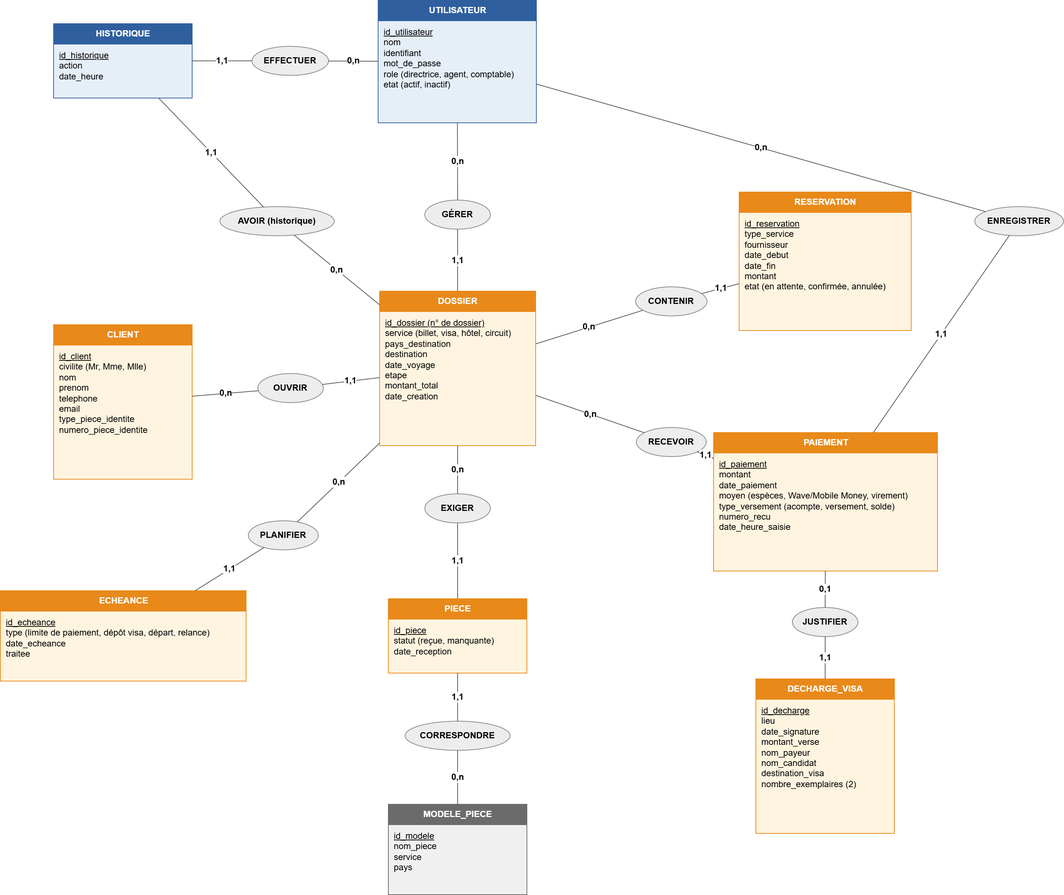
Desire6893/agence-de-voyage keeps this draw.io diagram as modelisation/mcd.png. Above is the earlier version. Source tidied: cells renumbered, new cells last; positions are measured from the earlier drawing's top-left corner, leaving out a move shared by most shapes.
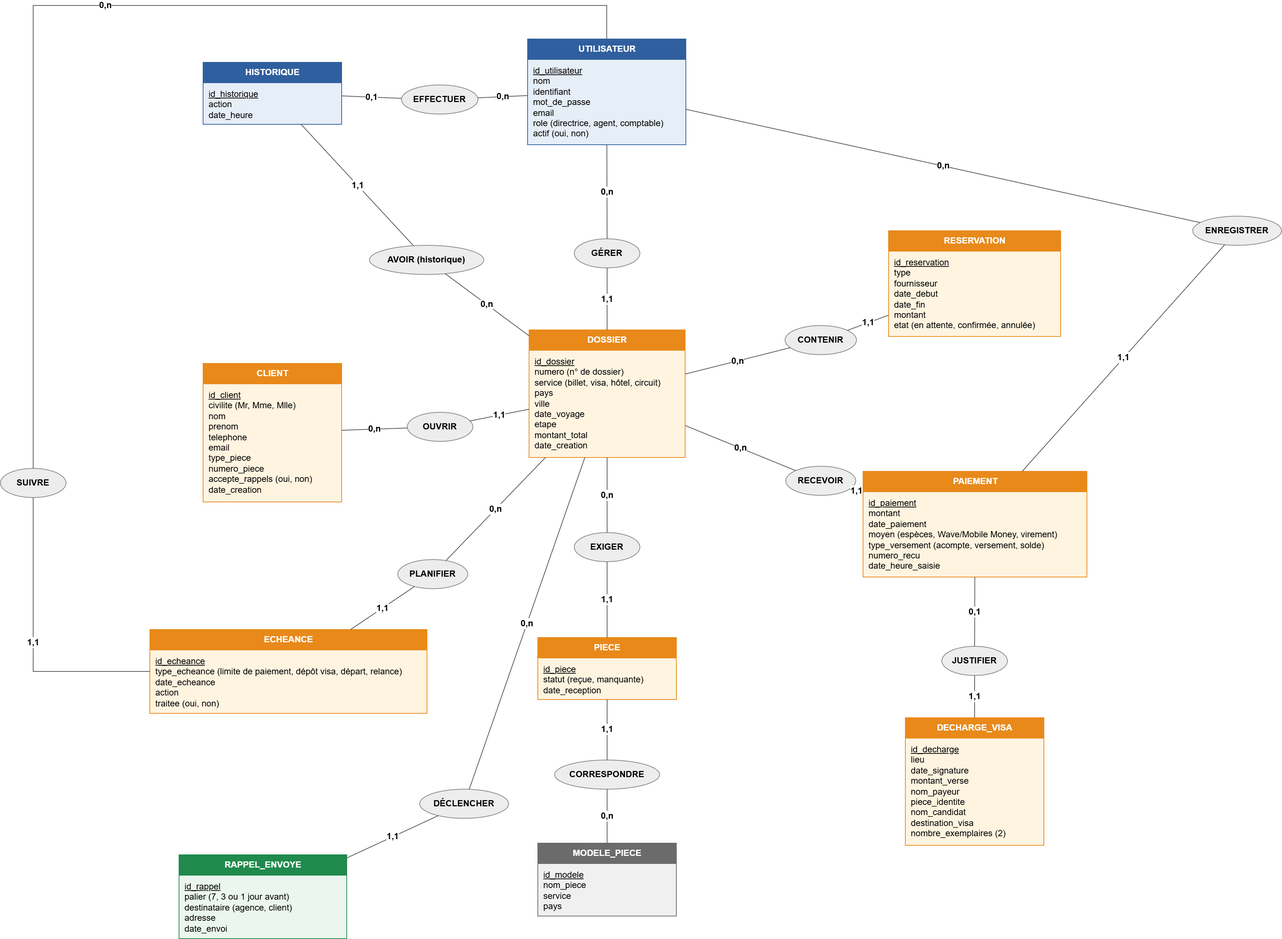
The same file after the commit.

The edit, as a diff of the source:
```diff
@@ -3,64 +3,64 @@
     <mxCell id="0" />
     <mxCell id="1" parent="0" />
     <mxCell id="2" value="CLIENT" style="swimlane;fontStyle=1;startSize=28;fillColor=#E8891A;fontColor=#FFFFFF;strokeColor=#E8891A;swimlaneFillColor=#FFF4E0;html=1;" parent="1" vertex="1">
-      <mxGeometry x="73" y="445" width="190" height="212" as="geometry" />
+      <mxGeometry x="73" y="445" width="190" height="190" as="geometry" />
     </mxCell>
-    <mxCell id="3" value="&lt;u&gt;id_client&lt;/u&gt;&lt;br&gt;civilite (Mr, Mme, Mlle)&lt;br&gt;nom&lt;br&gt;prenom&lt;br&gt;telephone&lt;br&gt;email&lt;br&gt;type_piece_identite&lt;br&gt;numero_piece_identite" style="text;html=1;align=left;verticalAlign=top;spacingLeft=6;whiteSpace=wrap;fontSize=12;" parent="2" vertex="1">
-      <mxGeometry y="30" width="190" height="180" as="geometry" />
+    <mxCell id="3" value="&lt;u&gt;id_client&lt;/u&gt;&lt;br&gt;civilite (Mr, Mme, Mlle)&lt;br&gt;nom&lt;br&gt;prenom&lt;br&gt;telephone&lt;br&gt;email&lt;br&gt;type_piece&lt;br&gt;numero_piece&lt;br&gt;accepte_rappels (oui, non)&lt;br&gt;date_creation" style="text;html=1;align=left;verticalAlign=top;spacingLeft=6;whiteSpace=wrap;fontSize=12;" parent="2" vertex="1">
+      <mxGeometry y="30" width="190" height="160" as="geometry" />
     </mxCell>
     <mxCell id="4" value="DOSSIER" style="swimlane;fontStyle=1;startSize=28;fillColor=#E8891A;fontColor=#FFFFFF;strokeColor=#E8891A;swimlaneFillColor=#FFF4E0;html=1;" parent="1" vertex="1">
-      <mxGeometry x="520" y="399" width="214" height="212" as="geometry" />
+      <mxGeometry x="520" y="399" width="214" height="175" as="geometry" />
     </mxCell>
-    <mxCell id="5" value="&lt;u&gt;id_dossier (n° de dossier)&lt;/u&gt;&lt;br&gt;service (billet, visa, hôtel, circuit)&lt;br&gt;pays_destination&lt;br&gt;destination&lt;br&gt;date_voyage&lt;br&gt;etape&lt;br&gt;montant_total&lt;br&gt;date_creation" style="text;html=1;align=left;verticalAlign=top;spacingLeft=6;whiteSpace=wrap;fontSize=12;" parent="4" vertex="1">
-      <mxGeometry y="30" width="214" height="180" as="geometry" />
+    <mxCell id="5" value="&lt;u&gt;id_dossier&lt;/u&gt;&lt;br&gt;numero (n° de dossier)&lt;br&gt;service (billet, visa, hôtel, circuit)&lt;br&gt;pays&lt;br&gt;ville&lt;br&gt;date_voyage&lt;br&gt;etape&lt;br&gt;montant_total&lt;br&gt;date_creation" style="text;html=1;align=left;verticalAlign=top;spacingLeft=6;whiteSpace=wrap;fontSize=12;" parent="4" vertex="1">
+      <mxGeometry y="30" width="214" height="145" as="geometry" />
     </mxCell>
     <mxCell id="6" value="UTILISATEUR" style="swimlane;fontStyle=1;startSize=28;fillColor=#2F5F9E;fontColor=#FFFFFF;strokeColor=#2F5F9E;swimlaneFillColor=#E6EEF8;html=1;" parent="1" vertex="1">
-      <mxGeometry x="518" width="217" height="168" as="geometry" />
+      <mxGeometry x="518" width="217" height="145" as="geometry" />
     </mxCell>
-    <mxCell id="7" value="&lt;u&gt;id_utilisateur&lt;/u&gt;&lt;br&gt;nom&lt;br&gt;identifiant&lt;br&gt;mot_de_passe&lt;br&gt;role (directrice, agent, comptable)&lt;br&gt;etat (actif, inactif)" style="text;html=1;align=left;verticalAlign=top;spacingLeft=6;whiteSpace=wrap;fontSize=12;" parent="6" vertex="1">
-      <mxGeometry y="30" width="217" height="136" as="geometry" />
+    <mxCell id="7" value="&lt;u&gt;id_utilisateur&lt;/u&gt;&lt;br&gt;nom&lt;br&gt;identifiant&lt;br&gt;mot_de_passe&lt;br&gt;email&lt;br&gt;role (directrice, agent, comptable)&lt;br&gt;actif (oui, non)" style="text;html=1;align=left;verticalAlign=top;spacingLeft=6;whiteSpace=wrap;fontSize=12;" parent="6" vertex="1">
+      <mxGeometry y="30" width="217" height="115" as="geometry" />
     </mxCell>
     <mxCell id="8" value="HISTORIQUE" style="swimlane;fontStyle=1;startSize=28;fillColor=#2F5F9E;fontColor=#FFFFFF;strokeColor=#2F5F9E;swimlaneFillColor=#E6EEF8;html=1;" parent="1" vertex="1">
-      <mxGeometry x="73" y="32" width="190" height="102" as="geometry" />
+      <mxGeometry x="73" y="32" width="190" height="85" as="geometry" />
     </mxCell>
     <mxCell id="9" value="&lt;u&gt;id_historique&lt;/u&gt;&lt;br&gt;action&lt;br&gt;date_heure" style="text;html=1;align=left;verticalAlign=top;spacingLeft=6;whiteSpace=wrap;fontSize=12;" parent="8" vertex="1">
-      <mxGeometry y="30" width="190" height="70" as="geometry" />
+      <mxGeometry y="30" width="190" height="55" as="geometry" />
     </mxCell>
     <mxCell id="10" value="RESERVATION" style="swimlane;fontStyle=1;startSize=28;fillColor=#E8891A;fontColor=#FFFFFF;strokeColor=#E8891A;swimlaneFillColor=#FFF4E0;html=1;" parent="1" vertex="1">
-      <mxGeometry x="1013" y="263" width="236" height="190" as="geometry" />
+      <mxGeometry x="1013" y="263" width="236" height="145" as="geometry" />
     </mxCell>
-    <mxCell id="11" value="&lt;u&gt;id_reservation&lt;/u&gt;&lt;br&gt;type_service&lt;br&gt;fournisseur&lt;br&gt;date_debut&lt;br&gt;date_fin&lt;br&gt;montant&lt;br&gt;etat (en attente, confirmée, annulée)" style="text;html=1;align=left;verticalAlign=top;spacingLeft=6;whiteSpace=wrap;fontSize=12;" parent="10" vertex="1">
-      <mxGeometry y="30" width="236" height="158" as="geometry" />
+    <mxCell id="11" value="&lt;u&gt;id_reservation&lt;/u&gt;&lt;br&gt;type&lt;br&gt;fournisseur&lt;br&gt;date_debut&lt;br&gt;date_fin&lt;br&gt;montant&lt;br&gt;etat (en attente, confirmée, annulée)" style="text;html=1;align=left;verticalAlign=top;spacingLeft=6;whiteSpace=wrap;fontSize=12;" parent="10" vertex="1">
+      <mxGeometry y="30" width="236" height="115" as="geometry" />
     </mxCell>
     <mxCell id="12" value="PAIEMENT" style="swimlane;fontStyle=1;startSize=28;fillColor=#E8891A;fontColor=#FFFFFF;strokeColor=#E8891A;swimlaneFillColor=#FFF4E0;html=1;" parent="1" vertex="1">
-      <mxGeometry x="978" y="593" width="307" height="190" as="geometry" />
+      <mxGeometry x="978" y="593" width="307" height="145" as="geometry" />
     </mxCell>
     <mxCell id="13" value="&lt;u&gt;id_paiement&lt;/u&gt;&lt;br&gt;montant&lt;br&gt;date_paiement&lt;br&gt;moyen (espèces, Wave/Mobile Money, virement)&lt;br&gt;type_versement (acompte, versement, solde)&lt;br&gt;numero_recu&lt;br&gt;date_heure_saisie" style="text;html=1;align=left;verticalAlign=top;spacingLeft=6;whiteSpace=wrap;fontSize=12;" parent="12" vertex="1">
-      <mxGeometry y="30" width="307" height="158" as="geometry" />
+      <mxGeometry y="30" width="307" height="115" as="geometry" />
     </mxCell>
     <mxCell id="14" value="DECHARGE_VISA" style="swimlane;fontStyle=1;startSize=28;fillColor=#E8891A;fontColor=#FFFFFF;strokeColor=#E8891A;swimlaneFillColor=#FFF4E0;html=1;" parent="1" vertex="1">
-      <mxGeometry x="1036" y="931" width="190" height="212" as="geometry" />
+      <mxGeometry x="1036" y="931" width="190" height="175" as="geometry" />
     </mxCell>
-    <mxCell id="15" value="&lt;u&gt;id_decharge&lt;/u&gt;&lt;br&gt;lieu&lt;br&gt;date_signature&lt;br&gt;montant_verse&lt;br&gt;nom_payeur&lt;br&gt;nom_candidat&lt;br&gt;destination_visa&lt;br&gt;nombre_exemplaires (2)" style="text;html=1;align=left;verticalAlign=top;spacingLeft=6;whiteSpace=wrap;fontSize=12;" parent="14" vertex="1">
-      <mxGeometry y="30" width="190" height="180" as="geometry" />
+    <mxCell id="15" value="&lt;u&gt;id_decharge&lt;/u&gt;&lt;br&gt;lieu&lt;br&gt;date_signature&lt;br&gt;montant_verse&lt;br&gt;nom_payeur&lt;br&gt;piece_identite&lt;br&gt;nom_candidat&lt;br&gt;destination_visa&lt;br&gt;nombre_exemplaires (2)" style="text;html=1;align=left;verticalAlign=top;spacingLeft=6;whiteSpace=wrap;fontSize=12;" parent="14" vertex="1">
+      <mxGeometry y="30" width="190" height="145" as="geometry" />
     </mxCell>
     <mxCell id="16" value="PIECE" style="swimlane;fontStyle=1;startSize=28;fillColor=#E8891A;fontColor=#FFFFFF;strokeColor=#E8891A;swimlaneFillColor=#FFF4E0;html=1;" parent="1" vertex="1">
-      <mxGeometry x="532" y="821" width="190" height="102" as="geometry" />
+      <mxGeometry x="532" y="821" width="190" height="85" as="geometry" />
     </mxCell>
     <mxCell id="17" value="&lt;u&gt;id_piece&lt;/u&gt;&lt;br&gt;statut (reçue, manquante)&lt;br&gt;date_reception" style="text;html=1;align=left;verticalAlign=top;spacingLeft=6;whiteSpace=wrap;fontSize=12;" parent="16" vertex="1">
-      <mxGeometry y="30" width="190" height="70" as="geometry" />
+      <mxGeometry y="30" width="190" height="55" as="geometry" />
     </mxCell>
     <mxCell id="18" value="MODELE_PIECE" style="swimlane;fontStyle=1;startSize=28;fillColor=#6B6B6B;fontColor=#FFFFFF;strokeColor=#6B6B6B;swimlaneFillColor=#F0F0F0;html=1;" parent="1" vertex="1">
-      <mxGeometry x="532" y="1103" width="190" height="124" as="geometry" />
+      <mxGeometry x="532" y="1103" width="190" height="100" as="geometry" />
     </mxCell>
     <mxCell id="19" value="&lt;u&gt;id_modele&lt;/u&gt;&lt;br&gt;nom_piece&lt;br&gt;service&lt;br&gt;pays" style="text;html=1;align=left;verticalAlign=top;spacingLeft=6;whiteSpace=wrap;fontSize=12;" parent="18" vertex="1">
-      <mxGeometry y="30" width="190" height="92" as="geometry" />
+      <mxGeometry y="30" width="190" height="70" as="geometry" />
     </mxCell>
     <mxCell id="20" value="ECHEANCE" style="swimlane;fontStyle=1;startSize=28;fillColor=#E8891A;fontColor=#FFFFFF;strokeColor=#E8891A;swimlaneFillColor=#FFF4E0;html=1;" parent="1" vertex="1">
-      <mxGeometry y="810" width="337" height="124" as="geometry" />
+      <mxGeometry y="810" width="380" height="115" as="geometry" />
     </mxCell>
-    <mxCell id="21" value="&lt;u&gt;id_echeance&lt;/u&gt;&lt;br&gt;type (limite de paiement, dépôt visa, départ, relance)&lt;br&gt;date_echeance&lt;br&gt;traitee" style="text;html=1;align=left;verticalAlign=top;spacingLeft=6;whiteSpace=wrap;fontSize=12;" parent="20" vertex="1">
-      <mxGeometry y="30" width="337" height="92" as="geometry" />
+    <mxCell id="21" value="&lt;u&gt;id_echeance&lt;/u&gt;&lt;br&gt;type_echeance (limite de paiement, dépôt visa, départ, relance)&lt;br&gt;date_echeance&lt;br&gt;action&lt;br&gt;traitee (oui, non)" style="text;html=1;align=left;verticalAlign=top;spacingLeft=6;whiteSpace=wrap;fontSize=12;" parent="20" vertex="1">
+      <mxGeometry y="30" width="380" height="85" as="geometry" />
     </mxCell>
     <mxCell id="22" value="OUVRIR" style="ellipse;whiteSpace=wrap;html=1;fillColor=#EDEDED;strokeColor=#888888;fontStyle=1;fontSize=12;" parent="1" vertex="1">
       <mxGeometry x="353" y="512" width="90" height="40" as="geometry" />
@@ -90,7 +90,7 @@
       <mxGeometry x="555" y="989" width="144" height="40" as="geometry" />
     </mxCell>
     <mxCell id="31" value="ENREGISTRER" style="ellipse;whiteSpace=wrap;html=1;fillColor=#EDEDED;strokeColor=#888888;fontStyle=1;fontSize=12;" parent="1" vertex="1">
-      <mxGeometry x="1336" y="283" width="122" height="40" as="geometry" />
+      <mxGeometry x="1430" y="243" width="122" height="40" as="geometry" />
     </mxCell>
     <mxCell id="32" value="PLANIFIER" style="ellipse;whiteSpace=wrap;html=1;fillColor=#EDEDED;strokeColor=#888888;fontStyle=1;fontSize=12;" parent="1" vertex="1">
       <mxGeometry x="340" y="714" width="96" height="40" as="geometry" />
@@ -110,7 +110,7 @@
     <mxCell id="37" value="0,n" style="endArrow=none;strokeColor=#555555;fontStyle=1;fontSize=12;labelBackgroundColor=#FFFFFF;html=1;" parent="1" edge="1" source="6" target="24">
       <mxGeometry relative="1" as="geometry" />
     </mxCell>
-    <mxCell id="38" value="1,1" style="endArrow=none;strokeColor=#555555;fontStyle=1;fontSize=12;labelBackgroundColor=#FFFFFF;html=1;" parent="1" edge="1" source="24" target="8">
+    <mxCell id="38" value="0,1" style="endArrow=none;strokeColor=#555555;fontStyle=1;fontSize=12;labelBackgroundColor=#FFFFFF;html=1;" parent="1" edge="1" source="24" target="8">
       <mxGeometry relative="1" as="geometry" />
     </mxCell>
     <mxCell id="39" value="0,n" style="endArrow=none;strokeColor=#555555;fontStyle=1;fontSize=12;labelBackgroundColor=#FFFFFF;html=1;" parent="1" edge="1" source="4" target="25">
@@ -161,5 +161,34 @@
     <mxCell id="54" value="1,1" style="endArrow=none;strokeColor=#555555;fontStyle=1;fontSize=12;labelBackgroundColor=#FFFFFF;html=1;" parent="1" edge="1" source="32" target="20">
       <mxGeometry relative="1" as="geometry" />
     </mxCell>
+    <mxCell id="55" value="RAPPEL_ENVOYE" style="swimlane;fontStyle=1;startSize=28;fillColor=#1F8A4C;fontColor=#FFFFFF;strokeColor=#1F8A4C;swimlaneFillColor=#EAF6EE;html=1;" parent="1" vertex="1">
+      <mxGeometry x="40" y="1119" width="230" height="115" as="geometry" />
+    </mxCell>
+    <mxCell id="56" value="&lt;u&gt;id_rappel&lt;/u&gt;&lt;br&gt;palier (7, 3 ou 1 jour avant)&lt;br&gt;destinataire (agence, client)&lt;br&gt;adresse&lt;br&gt;date_envoi" style="text;html=1;align=left;verticalAlign=top;spacingLeft=6;whiteSpace=wrap;fontSize=12;" parent="55" vertex="1">
+      <mxGeometry y="30" width="230" height="85" as="geometry" />
+    </mxCell>
+    <mxCell id="57" value="DÉCLENCHER" style="ellipse;whiteSpace=wrap;html=1;fillColor=#EDEDED;strokeColor=#888888;fontStyle=1;fontSize=12;" parent="1" vertex="1">
+      <mxGeometry x="370" y="1029" width="122" height="40" as="geometry" />
+    </mxCell>
+    <mxCell id="58" value="0,n" style="endArrow=none;strokeColor=#555555;fontStyle=1;fontSize=12;labelBackgroundColor=#FFFFFF;html=1;" parent="1" edge="1" source="4" target="57">
+      <mxGeometry relative="1" as="geometry" />
+    </mxCell>
+    <mxCell id="59" value="1,1" style="endArrow=none;strokeColor=#555555;fontStyle=1;fontSize=12;labelBackgroundColor=#FFFFFF;html=1;" parent="1" edge="1" source="57" target="55">
+      <mxGeometry relative="1" as="geometry" />
+    </mxCell>
+    <mxCell id="60" value="SUIVRE" style="ellipse;whiteSpace=wrap;html=1;fillColor=#EDEDED;strokeColor=#888888;fontStyle=1;fontSize=12;" parent="1" vertex="1">
+      <mxGeometry x="-205" y="589" width="90" height="40" as="geometry" />
+    </mxCell>
+    <mxCell id="61" value="0,n" style="edgeStyle=orthogonalEdgeStyle;rounded=0;endArrow=none;strokeColor=#555555;fontStyle=1;fontSize=12;labelBackgroundColor=#FFFFFF;html=1;exitX=0.5;exitY=0;exitDx=0;exitDy=0;entryX=0.5;entryY=0;entryDx=0;entryDy=0;" parent="1" edge="1" source="6" target="60">
+      <mxGeometry relative="1" as="geometry">
+        <Array as="points">
+          <mxPoint x="626" y="-46" />
+          <mxPoint x="-160" y="-46" />
+        </Array>
+      </mxGeometry>
+    </mxCell>
+    <mxCell id="62" value="1,1" style="edgeStyle=orthogonalEdgeStyle;rounded=0;endArrow=none;strokeColor=#555555;fontStyle=1;fontSize=12;labelBackgroundColor=#FFFFFF;html=1;exitX=0.5;exitY=1;exitDx=0;exitDy=0;entryX=0;entryY=0.5;entryDx=0;entryDy=0;" parent="1" edge="1" source="60" target="20">
+      <mxGeometry relative="1" as="geometry" />
+    </mxCell>
   </root>
 </mxGraphModel>
```
